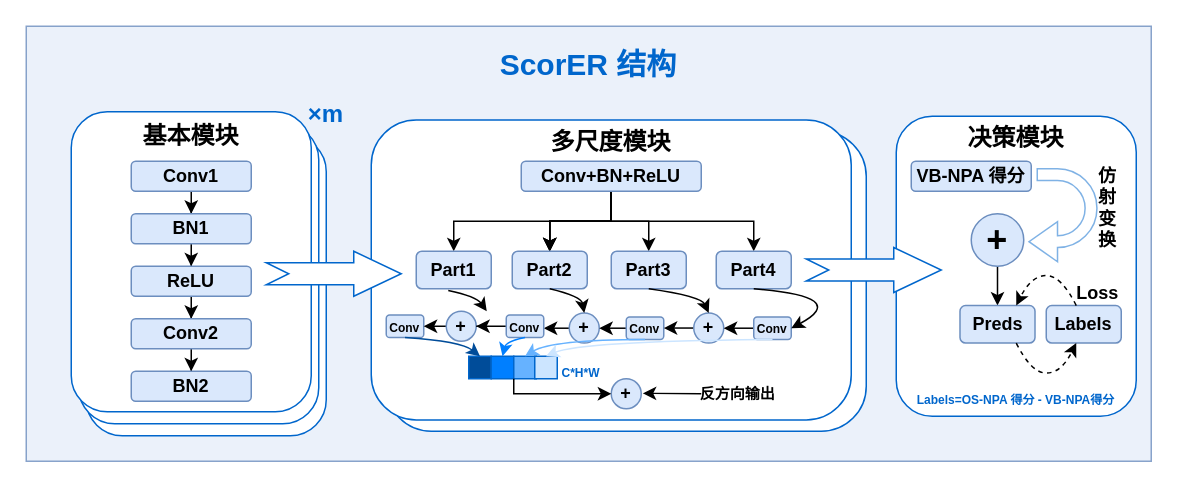
The draw.io diagram Graphs/ScorER.drawio in whenwedream/TELL, before the edit. Source tidied: cells renumbered, new cells numbered last; positions are measured from the earlier drawing's top-left corner, leaving out a move shared by most shapes. Both pictures are drawn from the tidied source at 150%, with x=0, y=0 at pixel (26, 26).
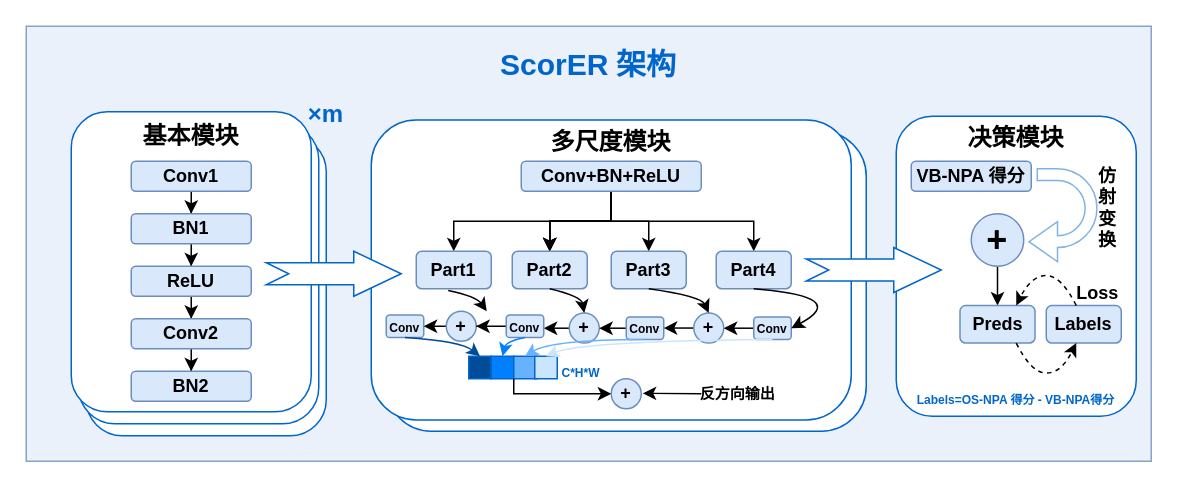
After the change.

Diff of the diagram source:
```diff
@@
-    <mxCell id="19" value="&lt;font style=&quot;font-size: 20px;&quot;&gt;&lt;b style=&quot;&quot;&gt;ScorER 结构&lt;/b&gt;&lt;/font&gt;" style="rounded=0;whiteSpace=wrap;html=1;opacity=0;fontColor=#0066CC;" parent="1" vertex="1">
+    <mxCell id="19" value="&lt;font style=&quot;font-size: 20px;&quot;&gt;&lt;b style=&quot;&quot;&gt;ScorER&lt;font face=&quot;Times New Roman&quot;&gt; 架构&lt;/font&gt;&lt;/b&gt;&lt;/font&gt;" style="rounded=0;whiteSpace=wrap;html=1;opacity=0;fontColor=#0066CC;" parent="1" vertex="1">
       <mxGeometry x="280" y="10" width="190" height="30" as="geometry" />
     </mxCell>
```
